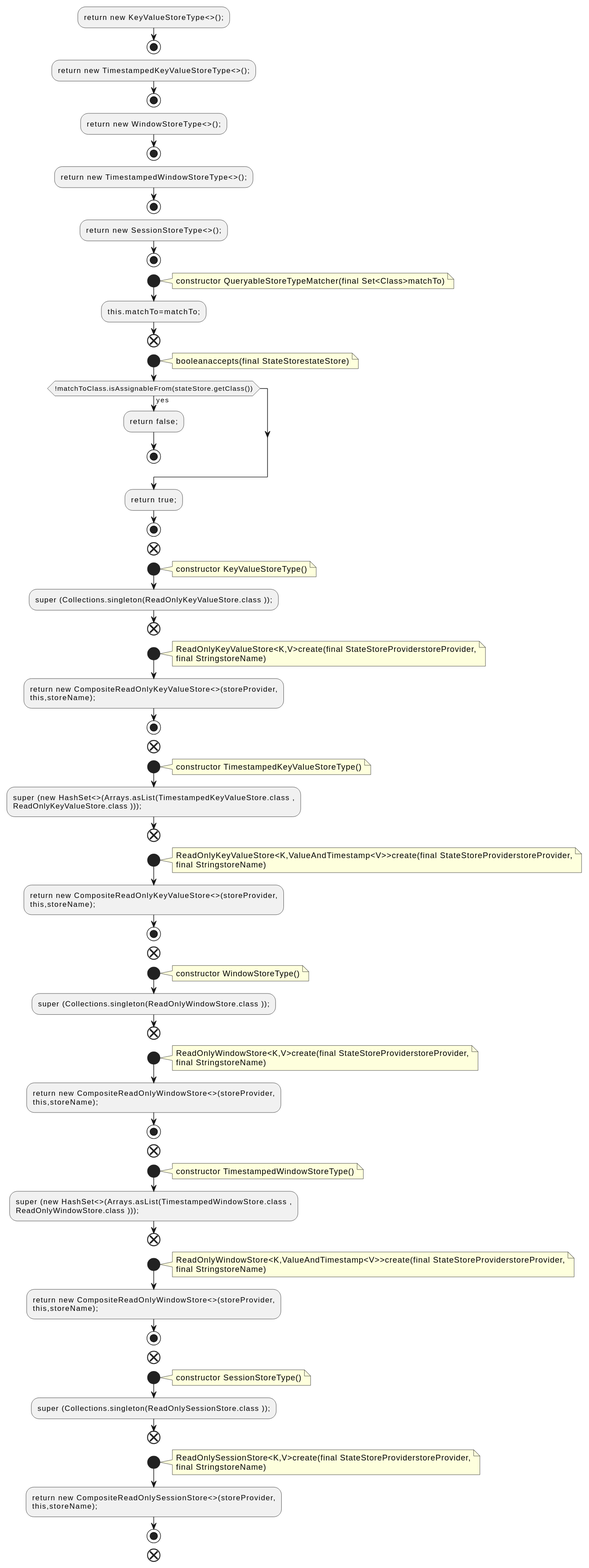
Before: docs/qc/streams/src/main/java/org/apache/kafka/streams/state/QueryableStoreTypes.java.fct.svg, a diagram exported from PlantUML (qualitesys/kafka).
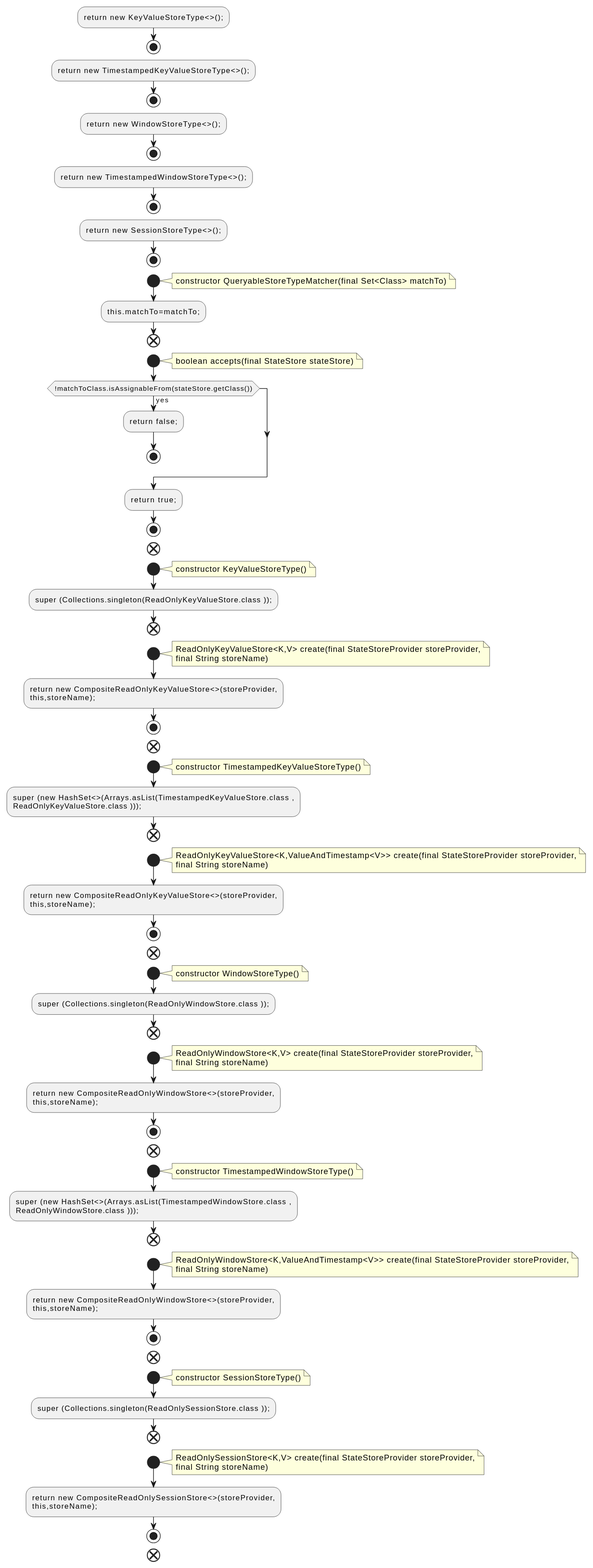
After the change.

Change to the diagram source:
```diff
@@ -12,13 +12,13 @@
 stop
 start
 note right
-constructor QueryableStoreTypeMatcher(final Set<Class>matchTo)
+constructor QueryableStoreTypeMatcher(final Set<Class> matchTo)
 end note
 :this.matchTo=matchTo;;
 end
 start
 note right
-booleanaccepts(final StateStorestateStore)
+boolean accepts(final StateStore stateStore)
 end note
 if (!matchToClass.isAssignableFrom(stateStore.getClass())) then (yes)
 :return false;;
@@ -35,8 +35,8 @@
 end
 start
 note right
-ReadOnlyKeyValueStore<K,V>create(final StateStoreProviderstoreProvider,
-final StringstoreName)
+ReadOnlyKeyValueStore<K,V> create(final StateStoreProvider storeProvider,
+final String storeName)
 end note
 :return new CompositeReadOnlyKeyValueStore<>(storeProvider,
 this,storeName);;
@@ -51,8 +51,8 @@
 end
 start
 note right
-ReadOnlyKeyValueStore<K,ValueAndTimestamp<V>>create(final StateStoreProviderstoreProvider,
-final StringstoreName)
+ReadOnlyKeyValueStore<K,ValueAndTimestamp<V>> create(final StateStoreProvider storeProvider,
+final String storeName)
 end note
 :return new CompositeReadOnlyKeyValueStore<>(storeProvider,
 this,storeName);;
@@ -66,8 +66,8 @@
 end
 start
 note right
-ReadOnlyWindowStore<K,V>create(final StateStoreProviderstoreProvider,
-final StringstoreName)
+ReadOnlyWindowStore<K,V> create(final StateStoreProvider storeProvider,
+final String storeName)
 end note
 :return new CompositeReadOnlyWindowStore<>(storeProvider,
 this,storeName);;
@@ -82,8 +82,8 @@
 end
 start
 note right
-ReadOnlyWindowStore<K,ValueAndTimestamp<V>>create(final StateStoreProviderstoreProvider,
-final StringstoreName)
+ReadOnlyWindowStore<K,ValueAndTimestamp<V>> create(final StateStoreProvider storeProvider,
+final String storeName)
 end note
 :return new CompositeReadOnlyWindowStore<>(storeProvider,
 this,storeName);;
@@ -97,8 +97,8 @@
 end
 start
 note right
-ReadOnlySessionStore<K,V>create(final StateStoreProviderstoreProvider,
-final StringstoreName)
+ReadOnlySessionStore<K,V> create(final StateStoreProvider storeProvider,
+final String storeName)
 end note
 :return new CompositeReadOnlySessionStore<>(storeProvider,
 this,storeName);;
```
